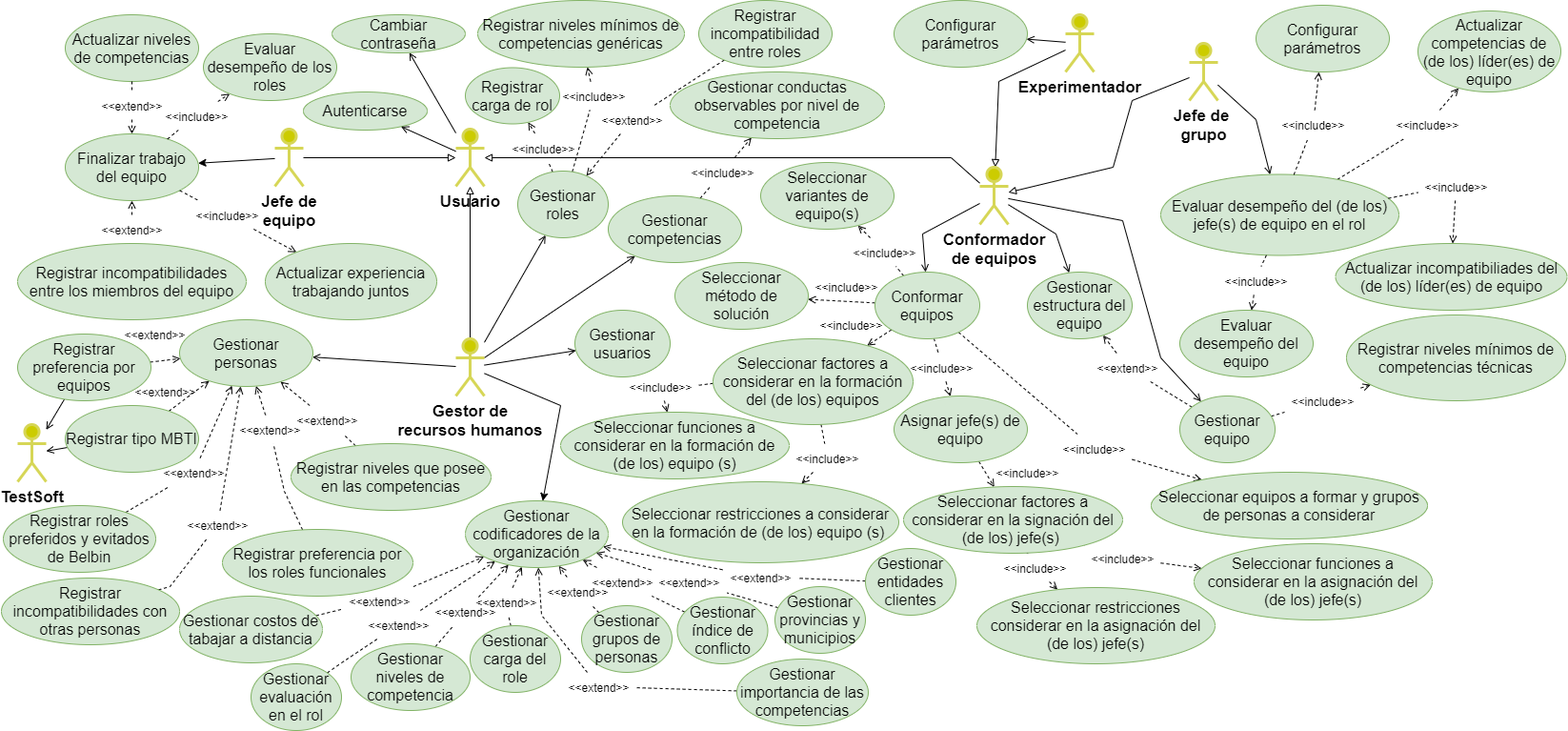
Before: figuras/diagrama_CUTeamSoft.png, a diagram exported from draw.io (jpinas1998/doc-tesis). Source tidied: cells renumbered, new cells last; positions are measured from the earlier drawing's top-left corner, leaving out a move shared by most shapes.
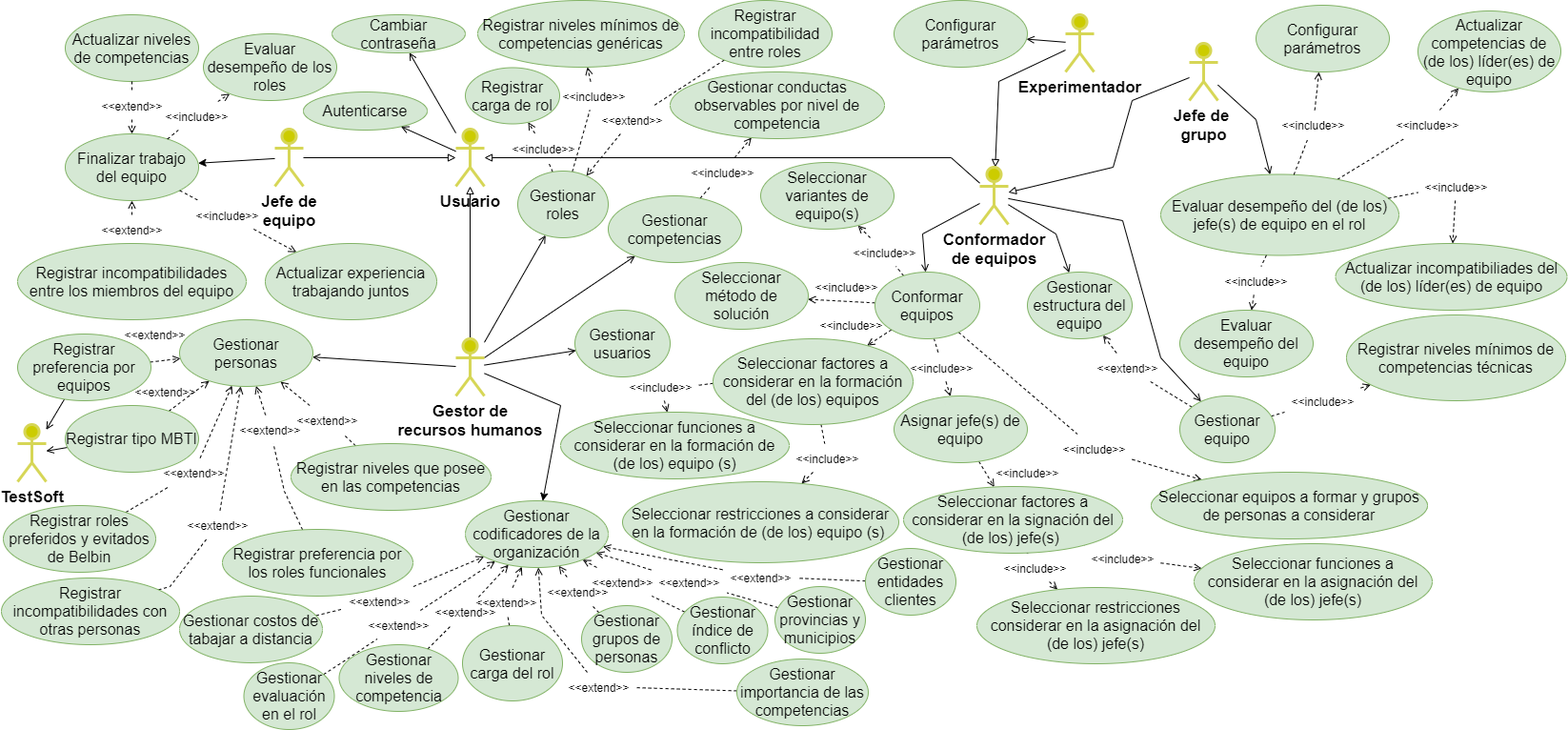
The same diagram one commit later.

What changed in the source:
```diff
@@ -381,7 +381,7 @@
       <mxGeometry relative="1" as="geometry" />
     </mxCell>
     <mxCell id="114" value="&lt;span style=&quot;font-size: 16px&quot;&gt;Gestionar niveles de competencia&lt;/span&gt;" style="ellipse;whiteSpace=wrap;html=1;fontSize=11;fillColor=#d5e8d4;strokeColor=#82b366;" parent="1" vertex="1">
-      <mxGeometry x="367" y="675" width="125" height="70" as="geometry" />
+      <mxGeometry x="354.5" y="676" width="125" height="70" as="geometry" />
     </mxCell>
     <mxCell id="115" style="edgeStyle=none;rounded=0;jettySize=auto;html=1;dashed=1;endArrow=open;endFill=0;fontSize=17;" parent="1" edge="1" source="162" target="111">
       <mxGeometry relative="1" as="geometry">
@@ -416,7 +416,7 @@
       </mxGeometry>
     </mxCell>
     <mxCell id="123" value="&lt;span style=&quot;font-size: 16px&quot;&gt;Gestionar evaluación en el rol&lt;/span&gt;" style="ellipse;whiteSpace=wrap;html=1;fontSize=11;fillColor=#d5e8d4;strokeColor=#82b366;" parent="1" vertex="1">
-      <mxGeometry x="262" y="696" width="95" height="70" as="geometry" />
+      <mxGeometry x="254.5" y="695" width="95" height="70" as="geometry" />
     </mxCell>
     <mxCell id="124" style="edgeStyle=none;rounded=0;jettySize=auto;html=1;dashed=1;endArrow=open;endFill=0;fontSize=17;" parent="1" edge="1" source="158" target="111">
       <mxGeometry relative="1" as="geometry" />
@@ -433,8 +433,8 @@
     <mxCell id="128" style="edgeStyle=none;rounded=0;jettySize=auto;html=1;dashed=1;endArrow=none;endFill=0;" parent="1" edge="1" source="129" target="161">
       <mxGeometry relative="1" as="geometry" />
     </mxCell>
-    <mxCell id="129" value="&lt;span style=&quot;font-size: 16px&quot;&gt;Gestionar carga del role&lt;/span&gt;" style="ellipse;whiteSpace=wrap;html=1;fontSize=11;fillColor=#d5e8d4;strokeColor=#82b366;" parent="1" vertex="1">
-      <mxGeometry x="492" y="656" width="95" height="70" as="geometry" />
+    <mxCell id="129" value="&lt;span style=&quot;font-size: 16px&quot;&gt;Gestionar carga del rol&lt;/span&gt;" style="ellipse;whiteSpace=wrap;html=1;fontSize=11;fillColor=#d5e8d4;strokeColor=#82b366;" parent="1" vertex="1">
+      <mxGeometry x="484" y="656" width="105" height="79" as="geometry" />
     </mxCell>
     <mxCell id="130" style="edgeStyle=none;rounded=0;jettySize=auto;html=1;dashed=1;endArrow=open;endFill=0;fontSize=17;" parent="1" edge="1" source="163" target="111">
       <mxGeometry relative="1" as="geometry" />
```
